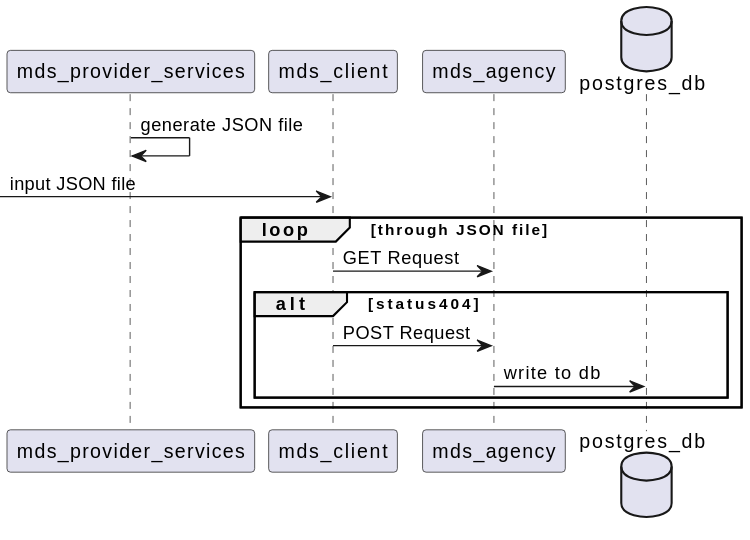
This is images/sequencediagram.svg from KASTEL-MobilityLab/MDS-CaseStudy-System, a PlantUML export, as it was before one commit.
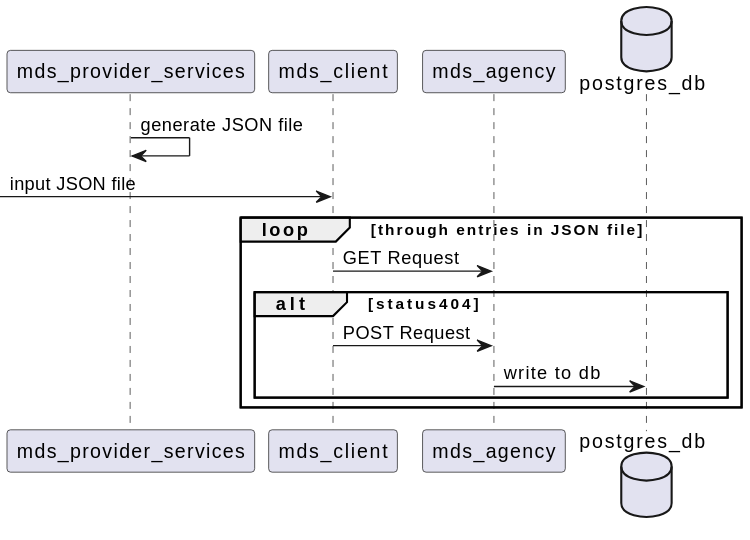
After the commit.

Commit message:
modified sequencediagram, specified loop

Diff of the diagram source:
```diff
@@ -3,7 +3,7 @@
 
 -> mds_client: input JSON file
 
-loop through JSON file
+loop through entries in JSON file
 
     mds_client -> mds_agency : GET Request
 
```
